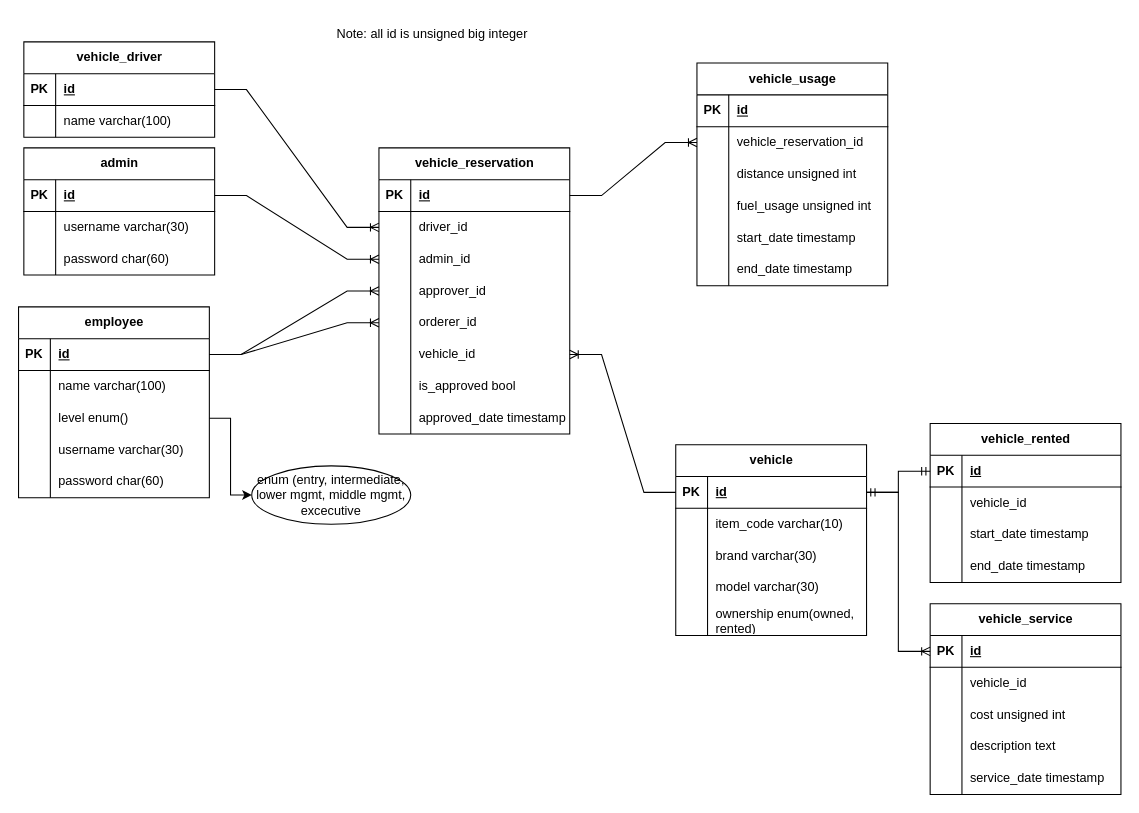
fajaralfa/vehicle-reservations keeps this draw.io diagram as page "erd" (1 of 2) of docs/erd.drawio. Above is the earlier version. Source tidied: cells renumbered, new cells numbered last; positions are measured from the earlier drawing's top-left corner, leaving out a move shared by most shapes. Both pictures are drawn from the tidied source at 106%, with x=0, y=0 at pixel (18, 18).
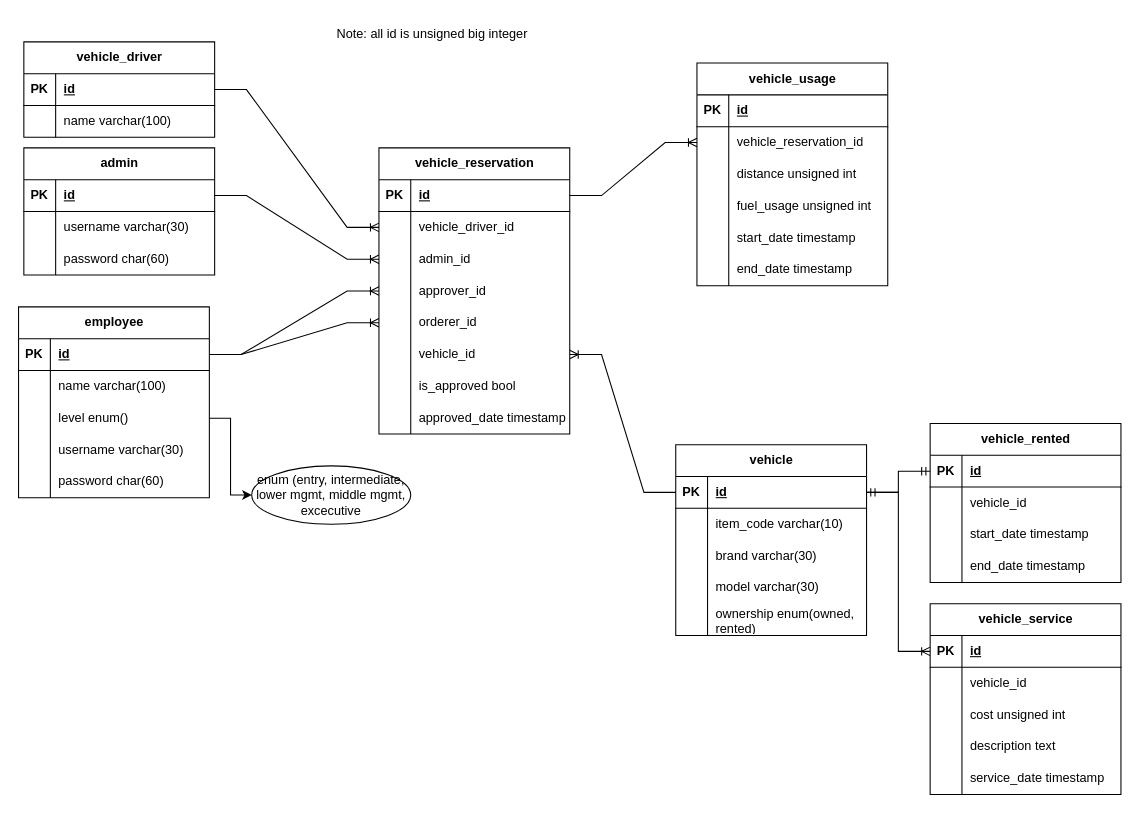
Above is the later version.

Unchanged cells that the change refers to:
```xml
<mxCell id="89" style="shape=tableRow;horizontal=0;startSize=0;swimlaneHead=0;swimlaneBody=0;fillColor=none;points=[[0,0.5],[1,0.5]];portConstraint=eastwest;top=0;left=0;right=0;bottom=0;" parent="85" vertex="1">
  <mxGeometry y="60" width="180" height="30" as="geometry" />
</mxCell>
```

The edit, as a diff of the source:
```diff
@@
-    <mxCell id="91" value="driver_id" style="shape=partialRectangle;fillColor=none;top=0;left=0;bottom=0;right=0;align=left;spacingLeft=6;overflow=hidden;whiteSpace=wrap;html=1;" parent="89" vertex="1">
+    <mxCell id="91" value="vehicle_driver_id" style="shape=partialRectangle;fillColor=none;top=0;left=0;bottom=0;right=0;align=left;spacingLeft=6;overflow=hidden;whiteSpace=wrap;html=1;" parent="89" vertex="1">
       <mxGeometry x="30" width="150" height="30" as="geometry" />
     </mxCell>
```
